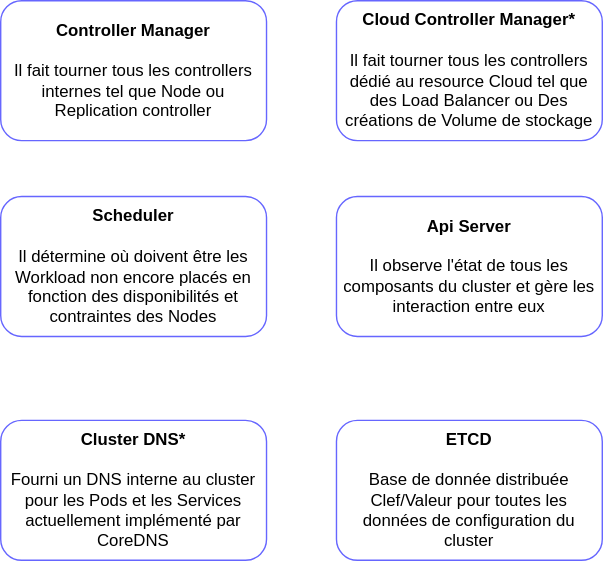
Above: images/architecture-K8S.drawio.svg in obeyler/Formation-K8S (draw.io), before the change. Source tidied: cells renumbered, new cells last; positions are measured from the earlier drawing's top-left corner, leaving out a move shared by most shapes.
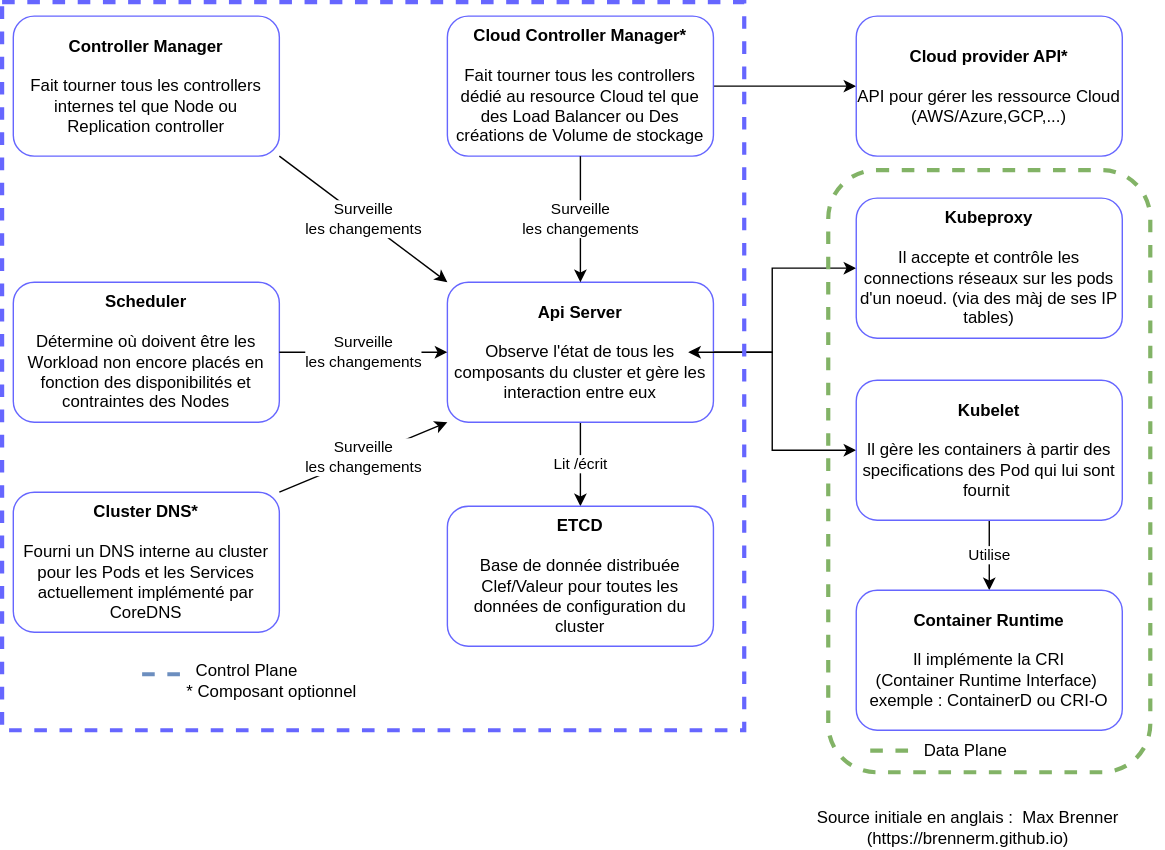
Above is the later version.

The edit, as a diff of the source:
```diff
@@ -2,23 +2,100 @@
   <root>
     <mxCell id="0" />
     <mxCell id="1" parent="0" />
+    <mxCell id="8" value="Surveille &lt;br&gt;les changements" style="edgeStyle=none;rounded=0;jettySize=auto;html=1;exitX=1;exitY=1;exitDx=0;exitDy=0;entryX=0;entryY=0;entryDx=0;entryDy=0;" parent="1" edge="1" source="2" target="5">
+      <mxGeometry relative="1" as="geometry" />
+    </mxCell>
-    <mxCell id="2" value="&lt;b&gt;Controller Manager&lt;/b&gt;&lt;br&gt;&lt;br&gt;Il fait tourner tous les controllers internes tel que Node ou Replication controller" style="rounded=1;whiteSpace=wrap;html=1;strokeColor=#6666FF;" parent="1" vertex="1">
-      <mxGeometry width="190" height="100" as="geometry" />
+    <mxCell id="2" value="&lt;b&gt;Controller Manager&lt;/b&gt;&lt;br&gt;&lt;br&gt;Fait tourner tous les controllers internes tel que Node ou Replication controller" style="rounded=1;whiteSpace=wrap;html=1;strokeColor=#6666FF;" parent="1" vertex="1">
+      <mxGeometry x="-52" y="-50" width="190" height="100" as="geometry" />
     </mxCell>
+    <mxCell id="9" style="edgeStyle=none;rounded=0;jettySize=auto;html=1;exitX=1;exitY=0.5;exitDx=0;exitDy=0;startArrow=none;startFill=0;endArrow=classic;endFill=1;" parent="1" edge="1" source="3" target="12">
+      <mxGeometry relative="1" as="geometry" />
+    </mxCell>
-    <mxCell id="3" value="&lt;b&gt;Cloud Controller Manager*&lt;/b&gt;&lt;br&gt;&lt;br&gt;Il fait tourner tous les controllers dédié au resource Cloud tel que des Load Balancer ou Des créations de Volume de stockage" style="rounded=1;whiteSpace=wrap;html=1;strokeColor=#6666FF;" parent="1" vertex="1">
-      <mxGeometry x="240" width="190" height="100" as="geometry" />
+    <mxCell id="3" value="&lt;b&gt;Cloud Controller Manager*&lt;/b&gt;&lt;br&gt;&lt;br&gt;Fait tourner tous les controllers dédié au resource Cloud tel que des Load Balancer ou Des créations de Volume de stockage" style="rounded=1;whiteSpace=wrap;html=1;strokeColor=#6666FF;" parent="1" vertex="1">
+      <mxGeometry x="258" y="-50" width="190" height="100" as="geometry" />
     </mxCell>
-    <mxCell id="4" value="&lt;b&gt;Scheduler&lt;br&gt;&lt;/b&gt;&lt;br&gt;Il détermine où doivent être les Workload non encore placés en fonction des disponibilités et contraintes des Nodes" style="rounded=1;whiteSpace=wrap;html=1;strokeColor=#6666FF;" parent="1" vertex="1">
-      <mxGeometry y="140" width="190" height="100" as="geometry" />
+    <mxCell id="4" value="&lt;b&gt;Scheduler&lt;br&gt;&lt;/b&gt;&lt;br&gt;Détermine où doivent être les Workload non encore placés en fonction des disponibilités et contraintes des Nodes" style="rounded=1;whiteSpace=wrap;html=1;strokeColor=#6666FF;" parent="1" vertex="1">
+      <mxGeometry x="-52" y="140" width="190" height="100" as="geometry" />
     </mxCell>
+    <mxCell id="10" style="edgeStyle=orthogonalEdgeStyle;rounded=0;jettySize=auto;html=1;exitX=1;exitY=0.5;exitDx=0;exitDy=0;entryX=0;entryY=0.5;entryDx=0;entryDy=0;" parent="1" edge="1" source="5" target="13">
+      <mxGeometry relative="1" as="geometry">
+        <Array as="points">
+          <mxPoint x="490" y="190" />
+          <mxPoint x="490" y="130" />
+        </Array>
+      </mxGeometry>
+    </mxCell>
+    <mxCell id="11" value="Lit /écrit" style="edgeStyle=none;rounded=0;jettySize=auto;html=1;exitX=0.5;exitY=1;exitDx=0;exitDy=0;entryX=0.5;entryY=0;entryDx=0;entryDy=0;" parent="1" edge="1" source="5" target="6">
+      <mxGeometry relative="1" as="geometry" />
+    </mxCell>
-    <mxCell id="5" value="&lt;b&gt;Api Server&lt;br&gt;&lt;/b&gt;&lt;br&gt;Il observe l'état de tous les composants du cluster et gère les interaction entre eux" style="rounded=1;whiteSpace=wrap;html=1;strokeColor=#6666FF;" parent="1" vertex="1">
-      <mxGeometry x="240" y="140" width="190" height="100" as="geometry" />
+    <mxCell id="5" value="&lt;b&gt;Api Server&lt;br&gt;&lt;/b&gt;&lt;br&gt;Observe l'état de tous les composants du cluster et gère les interaction entre eux" style="rounded=1;whiteSpace=wrap;html=1;strokeColor=#6666FF;" parent="1" vertex="1">
+      <mxGeometry x="258" y="140" width="190" height="100" as="geometry" />
     </mxCell>
     <mxCell id="6" value="&lt;b&gt;ETCD&lt;br&gt;&lt;/b&gt;&lt;br&gt;Base de donnée distribuée Clef/Valeur pour toutes les données de configuration du cluster" style="rounded=1;whiteSpace=wrap;html=1;strokeColor=#6666FF;" parent="1" vertex="1">
-      <mxGeometry x="240" y="300" width="190" height="100" as="geometry" />
+      <mxGeometry x="258" y="300" width="190" height="100" as="geometry" />
     </mxCell>
     <mxCell id="7" value="&lt;b&gt;Cluster DNS*&lt;br&gt;&lt;/b&gt;&lt;br&gt;Fourni un DNS interne au cluster pour les Pods et les Services&lt;br&gt;actuellement implémenté par CoreDNS" style="rounded=1;whiteSpace=wrap;html=1;strokeColor=#6666FF;" parent="1" vertex="1">
-      <mxGeometry y="300" width="190" height="100" as="geometry" />
+      <mxGeometry x="-52" y="290" width="190" height="100" as="geometry" />
     </mxCell>
+    <mxCell id="12" value="&lt;b&gt;Cloud provider API*&lt;/b&gt;&lt;br&gt;&lt;br&gt;API pour gérer les ressource Cloud (AWS/Azure,GCP,...)" style="rounded=1;whiteSpace=wrap;html=1;strokeColor=#6666FF;" parent="1" vertex="1">
+      <mxGeometry x="550" y="-50" width="190" height="100" as="geometry" />
+    </mxCell>
+    <mxCell id="13" value="&lt;b&gt;Kubeproxy&lt;/b&gt;&lt;br&gt;&lt;br&gt;Il accepte et contrôle les connections réseaux sur les pods d'un noeud. (via des màj de ses IP tables)" style="rounded=1;whiteSpace=wrap;html=1;strokeColor=#6666FF;" parent="1" vertex="1">
+      <mxGeometry x="550" y="80" width="190" height="100" as="geometry" />
+    </mxCell>
+    <mxCell id="14" style="edgeStyle=orthogonalEdgeStyle;rounded=0;jettySize=auto;html=1;exitX=0;exitY=0.5;exitDx=0;exitDy=0;startArrow=classic;startFill=1;" parent="1" edge="1" source="16">
+      <mxGeometry relative="1" as="geometry">
+        <mxPoint x="430" y="190" as="targetPoint" />
+        <Array as="points">
+          <mxPoint x="490" y="260" />
+          <mxPoint x="490" y="190" />
+        </Array>
+      </mxGeometry>
+    </mxCell>
+    <mxCell id="15" value="Utilise" style="edgeStyle=none;rounded=0;jettySize=auto;html=1;exitX=0.5;exitY=1;exitDx=0;exitDy=0;entryX=0.5;entryY=0;entryDx=0;entryDy=0;startArrow=none;startFill=0;endArrow=classic;endFill=1;" parent="1" edge="1" source="16" target="17">
+      <mxGeometry relative="1" as="geometry" />
+    </mxCell>
+    <mxCell id="16" value="&lt;span style=&quot;color: rgba(0 , 0 , 0 , 0) ; font-family: monospace ; font-size: 0px&quot;&gt;%3CmxGraphModel%3E%3Croot%3E%3CmxCell%20id%3D%220%22%2F%3E%3CmxCell%20id%3D%221%22%20parent%3D%220%22%2F%3E%3CmxCell%20id%3D%222%22%20value%3D%22%26lt%3Bb%26gt%3BKubeproxy%26lt%3B%2Fb%26gt%3B%26lt%3Bbr%26gt%3B%26lt%3Bbr%26gt%3BAccepte%20et%20contr%C3%B4le%20les%20connections%20r%C3%A9seaux%20sur%20les%20pods%20d'un%20noeud.%20(via%20des%20m%C3%A0j%20de%20ses%20IP%20tables)%22%20style%3D%22rounded%3D1%3BwhiteSpace%3Dwrap%3Bhtml%3D1%3BstrokeColor%3D%236666FF%3B%22%20vertex%3D%221%22%20parent%3D%221%22%3E%3CmxGeometry%20x%3D%22620%22%20y%3D%22200%22%20width%3D%22190%22%20height%3D%22100%22%20as%3D%22geometry%22%2F%3E%3C%2FmxCell%3E%3C%2Froot%3E%3C%2FmxGraphModel%3E&lt;/span&gt;&lt;b&gt;Kubelet&lt;/b&gt;&lt;br&gt;&lt;br&gt;Il gère les containers à partir des specifications des Pod qui lui sont fournit&amp;nbsp;" style="rounded=1;whiteSpace=wrap;html=1;strokeColor=#6666FF;" parent="1" vertex="1">
+      <mxGeometry x="550" y="210" width="190" height="100" as="geometry" />
+    </mxCell>
+    <mxCell id="17" value="&lt;span style=&quot;color: rgba(0 , 0 , 0 , 0) ; font-family: monospace ; font-size: 0px&quot;&gt;%3CmxGraphModel%3E%3Croot%3E%3CmxCell%20id%3D%220%22%2F%3E%3CmxCell%20id%3D%221%22%20parent%3D%220%22%2F%3E%3CmxCell%20id%3D%222%22%20value%3D%22%26lt%3Bb%26gt%3BKubeproxy%26lt%3B%2Fb%26gt%3B%26lt%3Bbr%26gt%3B%26lt%3Bbr%26gt%3BAccepte%20et%20contr%C3%B4le%20les%20connections%20r%C3%A9seaux%20sur%20les%20pods%20d'un%20noeud.%20(via%20des%20m%C3%A0j%20de%20ses%20IP%20tables)%22%20style%3D%22rounded%3D1%3BwhiteSpace%3Dwrap%3Bhtml%3D1%3BstrokeColor%3D%236666FF%3B%22%20vertex%3D%221%22%20parent%3D%221%22%3E%3CmxGeometry%20x%3D%22620%22%20y%3D%22200%22%20width%3D%22190%22%20height%3D%22100%22%20as%3D%22geometry%22%2F%3E%3C%2FmxCell%3E%3C%2Froot%3E%3C%2FmxGraphModel%3E&lt;/span&gt;&lt;b&gt;Container Runtime&lt;/b&gt;&lt;br&gt;&lt;br&gt;Il implémente la CRI &lt;br&gt;(Container Runtime Interface)&amp;nbsp;&lt;br&gt;exemple : ContainerD ou CRI-O" style="rounded=1;whiteSpace=wrap;html=1;strokeColor=#6666FF;" parent="1" vertex="1">
+      <mxGeometry x="550" y="360" width="190" height="100" as="geometry" />
+    </mxCell>
+    <mxCell id="18" value="Surveille &lt;br&gt;les changements" style="edgeStyle=none;rounded=0;jettySize=auto;html=1;exitX=0.5;exitY=1;exitDx=0;exitDy=0;entryX=0.5;entryY=0;entryDx=0;entryDy=0;" parent="1" edge="1" source="3" target="5">
+      <mxGeometry relative="1" as="geometry" />
+    </mxCell>
+    <mxCell id="19" value="Surveille &lt;br&gt;les changements" style="edgeStyle=none;rounded=0;jettySize=auto;html=1;exitX=1;exitY=0.5;exitDx=0;exitDy=0;entryX=0;entryY=0.5;entryDx=0;entryDy=0;" parent="1" edge="1" source="4" target="5">
+      <mxGeometry relative="1" as="geometry" />
+    </mxCell>
+    <mxCell id="20" value="Surveille &lt;br&gt;les changements" style="edgeStyle=none;rounded=0;jettySize=auto;html=1;exitX=1;exitY=0;exitDx=0;exitDy=0;entryX=0;entryY=1;entryDx=0;entryDy=0;" parent="1" edge="1" source="7" target="5">
+      <mxGeometry relative="1" as="geometry" />
+    </mxCell>
+    <mxCell id="21" style="html=1;rounded=0;startArrow=none;startFill=0;endArrow=none;endFill=0;dashed=1;strokeWidth=3;fillColor=#dae8fc;strokeColor=#6c8ebf;" parent="1" edge="1">
+      <mxGeometry relative="1" as="geometry">
+        <mxPoint x="40" y="420" as="sourcePoint" />
+        <mxPoint x="70" y="420" as="targetPoint" />
+      </mxGeometry>
+    </mxCell>
+    <mxCell id="22" style="rounded=0;whiteSpace=wrap;html=1;dashed=1;strokeColor=#6666FF;strokeWidth=3;fillColor=none;gradientColor=#ffffff;align=left;" parent="1" vertex="1">
+      <mxGeometry x="-60" y="-60" width="530" height="520" as="geometry" />
+    </mxCell>
+    <mxCell id="23" value="&amp;nbsp; Control Plane&lt;br&gt;* Composant optionnel" style="text;html=1;strokeColor=none;fillColor=none;align=left;verticalAlign=middle;whiteSpace=wrap;rounded=0;dashed=1;" parent="1" vertex="1">
+      <mxGeometry x="70" y="410" width="140" height="30" as="geometry" />
+    </mxCell>
+    <mxCell id="24" style="rounded=1;whiteSpace=wrap;html=1;dashed=1;strokeColor=#82b366;strokeWidth=3;fillColor=none;align=left;" parent="1" vertex="1">
+      <mxGeometry x="530" y="60" width="230" height="430" as="geometry" />
+    </mxCell>
+    <mxCell id="25" style="html=1;rounded=0;startArrow=none;startFill=0;endArrow=none;endFill=0;dashed=1;strokeWidth=3;fillColor=#d5e8d4;strokeColor=#82b366;" parent="1" edge="1">
+      <mxGeometry relative="1" as="geometry">
+        <mxPoint x="560" y="474.5" as="sourcePoint" />
+        <mxPoint x="590" y="474.5" as="targetPoint" />
+      </mxGeometry>
+    </mxCell>
+    <mxCell id="26" value="&amp;nbsp; Data Plane&lt;br&gt;" style="text;html=1;strokeColor=none;fillColor=none;align=left;verticalAlign=middle;whiteSpace=wrap;rounded=0;dashed=1;" parent="1" vertex="1">
+      <mxGeometry x="590" y="460" width="140" height="30" as="geometry" />
+    </mxCell>
+    <mxCell id="27" value="Source initiale en anglais :&amp;nbsp; Max Brenner&lt;br&gt;(https://brennerm.github.io)" style="text;html=1;strokeColor=none;fillColor=none;align=center;verticalAlign=middle;whiteSpace=wrap;rounded=0;dashed=1;" parent="1" vertex="1">
+      <mxGeometry x="490" y="515" width="280" height="30" as="geometry" />
+    </mxCell>
   </root>
 </mxGraphModel>
```
